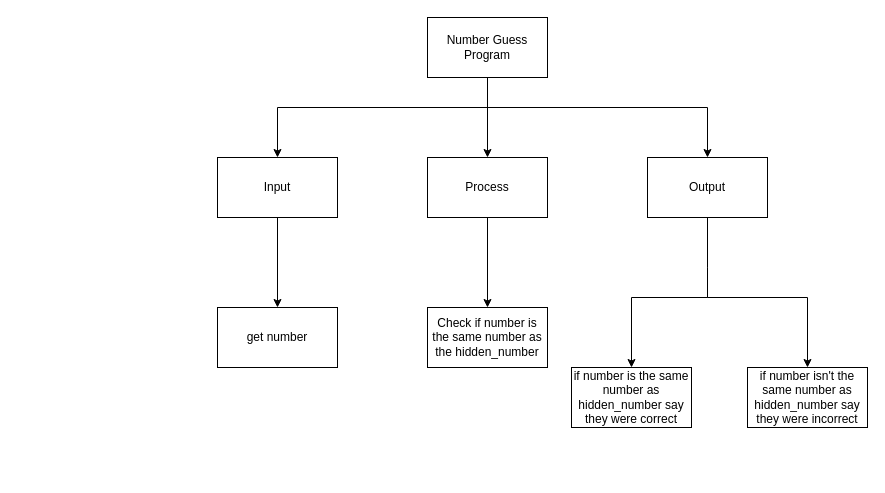
Earlier version of the draw.io diagram design.drawio (Ethan-Prieur1/ICS3U-Assignment6-Python). Source tidied: cells renumbered, new cells numbered last; positions are measured from the earlier drawing's top-left corner, leaving out a move shared by most shapes. Both pictures are drawn from the tidied source at 100%, with x=0, y=0 at pixel (217, 17).
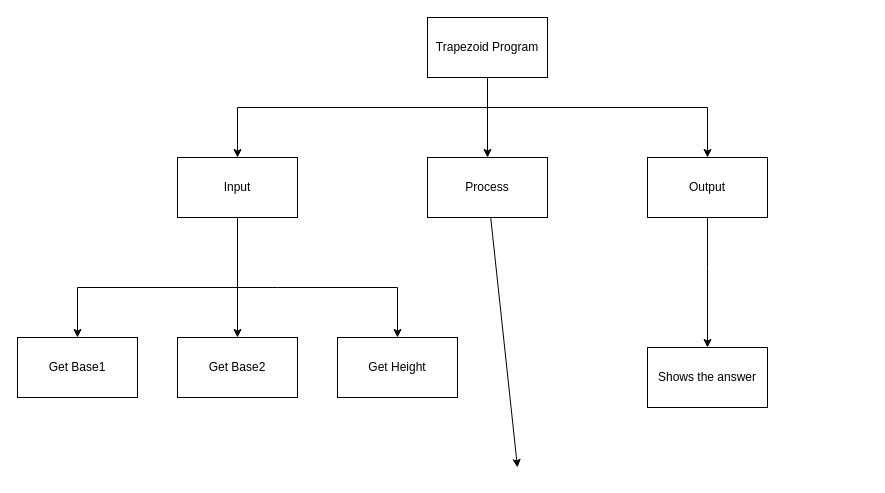
The same diagram, later.

The change refers to these unchanged cells:
```xml
<mxCell id="9" value="Process" style="rounded=0;whiteSpace=wrap;html=1;" parent="1" vertex="1">
  <mxGeometry x="210" y="140" width="120" height="60" as="geometry" />
</mxCell>
```

Diff of the diagram source:
```diff
@@
     <mxCell id="3" style="edgeStyle=orthogonalEdgeStyle;rounded=0;jumpStyle=line;html=1;entryX=0.5;entryY=0;entryDx=0;entryDy=0;" parent="1" edge="1" source="5" target="7">
       <mxGeometry relative="1" as="geometry">
         <Array as="points">
           <mxPoint x="270" y="90" />
-          <mxPoint x="60" y="90" />
+          <mxPoint x="20" y="90" />
         </Array>
       </mxGeometry>
     </mxCell>
@@
-    <mxCell id="5" value="Number Guess Program" style="rounded=0;whiteSpace=wrap;html=1;" parent="1" vertex="1">
+    <mxCell id="5" value="Trapezoid Program" style="rounded=0;whiteSpace=wrap;html=1;" parent="1" vertex="1">
       <mxGeometry x="210" width="120" height="60" as="geometry" />
     </mxCell>
-    <mxCell id="6" style="edgeStyle=none;html=1;" parent="1" edge="1" source="7" target="11">
-      <mxGeometry relative="1" as="geometry" />
-    </mxCell>
+    <mxCell id="18" style="edgeStyle=none;html=1;entryX=0.5;entryY=0;entryDx=0;entryDy=0;" parent="1" edge="1" source="7" target="20">
+      <mxGeometry relative="1" as="geometry" />
+    </mxCell>
     <mxCell id="7" value="Input" style="rounded=0;whiteSpace=wrap;html=1;" parent="1" vertex="1">
-      <mxGeometry y="140" width="120" height="60" as="geometry" />
+      <mxGeometry x="-40" y="140" width="120" height="60" as="geometry" />
     </mxCell>
-    <mxCell id="8" style="edgeStyle=none;html=1;" parent="1" edge="1" source="9" target="12">
-      <mxGeometry relative="1" as="geometry" />
-    </mxCell>
+    <mxCell id="19" style="edgeStyle=none;rounded=0;html=1;" parent="1" edge="1" source="9">
+      <mxGeometry relative="1" as="geometry">
+        <mxPoint x="300" y="450" as="targetPoint" />
+      </mxGeometry>
+    </mxCell>
@@
-    <mxCell id="11" value="get number" style="rounded=0;whiteSpace=wrap;html=1;" parent="1" vertex="1">
-      <mxGeometry y="290" width="120" height="60" as="geometry" />
+    <mxCell id="11" value="Get Base1" style="rounded=0;whiteSpace=wrap;html=1;" parent="1" vertex="1">
+      <mxGeometry x="-200" y="320" width="120" height="60" as="geometry" />
     </mxCell>
-    <mxCell id="12" value="Check if number is the same number as the hidden_number" style="rounded=0;whiteSpace=wrap;html=1;" parent="1" vertex="1">
-      <mxGeometry x="210" y="290" width="120" height="60" as="geometry" />
-    </mxCell>
-    <mxCell id="13" value="if number is the same number as hidden_number say they were correct" style="rounded=0;whiteSpace=wrap;html=1;" parent="1" vertex="1">
-      <mxGeometry x="354" y="350" width="120" height="60" as="geometry" />
-    </mxCell>
-    <mxCell id="14" value="&lt;span&gt;if number isn't the same number as hidden_number say they were incorrect&lt;/span&gt;" style="rounded=0;whiteSpace=wrap;html=1;" parent="1" vertex="1">
-      <mxGeometry x="530" y="350" width="120" height="60" as="geometry" />
+    <mxCell id="14" value="Shows the answer" style="rounded=0;whiteSpace=wrap;html=1;" parent="1" vertex="1">
+      <mxGeometry x="430" y="330" width="120" height="60" as="geometry" />
     </mxCell>
-    <mxCell id="15" style="edgeStyle=orthogonalEdgeStyle;shape=connector;rounded=0;jumpStyle=line;html=1;labelBackgroundColor=default;fontFamily=Helvetica;fontSize=11;fontColor=default;endArrow=classic;strokeColor=default;entryX=0.5;entryY=0;entryDx=0;entryDy=0;" parent="1" edge="1" target="14">
+    <mxCell id="15" style="edgeStyle=orthogonalEdgeStyle;shape=connector;rounded=0;jumpStyle=line;html=1;labelBackgroundColor=default;fontFamily=Helvetica;fontSize=11;fontColor=default;endArrow=classic;strokeColor=default;" parent="1" edge="1">
       <mxGeometry relative="1" as="geometry">
         <mxPoint x="490" y="250" as="sourcePoint" />
+        <mxPoint x="490" y="330" as="targetPoint" />
         <Array as="points">
-          <mxPoint x="490" y="280" />
-          <mxPoint x="590" y="280" />
+          <mxPoint x="490" y="290" />
+          <mxPoint x="490" y="290" />
         </Array>
       </mxGeometry>
     </mxCell>
@@
-    <mxCell id="17" style="edgeStyle=orthogonalEdgeStyle;shape=connector;rounded=0;jumpStyle=line;html=1;labelBackgroundColor=default;fontFamily=Helvetica;fontSize=11;fontColor=default;endArrow=classic;strokeColor=default;entryX=0.5;entryY=0;entryDx=0;entryDy=0;" parent="1" edge="1" target="13">
-      <mxGeometry relative="1" as="geometry">
-        <mxPoint x="490" y="250" as="sourcePoint" />
-        <Array as="points">
-          <mxPoint x="490" y="280" />
-          <mxPoint x="414" y="280" />
-        </Array>
-      </mxGeometry>
-    </mxCell>
+    <mxCell id="20" value="Get Base2" style="rounded=0;whiteSpace=wrap;html=1;" parent="1" vertex="1">
+      <mxGeometry x="-40" y="320" width="120" height="60" as="geometry" />
+    </mxCell>
+    <mxCell id="21" value="Get Height" style="rounded=0;whiteSpace=wrap;html=1;" parent="1" vertex="1">
+      <mxGeometry x="120" y="320" width="120" height="60" as="geometry" />
+    </mxCell>
+    <mxCell id="22" style="endArrow=classic;html=1;entryX=0.5;entryY=0;entryDx=0;entryDy=0;rounded=0;" parent="1" edge="1" target="21">
+      <mxGeometry relative="1" as="geometry">
+        <mxPoint x="60" y="270" as="sourcePoint" />
+        <Array as="points">
+          <mxPoint x="180" y="270" />
+        </Array>
+      </mxGeometry>
+    </mxCell>
+    <mxCell id="23" style="endArrow=classic;html=1;entryX=0.5;entryY=0;entryDx=0;entryDy=0;rounded=0;" parent="1" edge="1" target="11">
+      <mxGeometry relative="1" as="geometry">
+        <mxPoint x="60" y="270" as="sourcePoint" />
+        <Array as="points">
+          <mxPoint x="-140" y="270" />
+        </Array>
+      </mxGeometry>
+    </mxCell>
```
